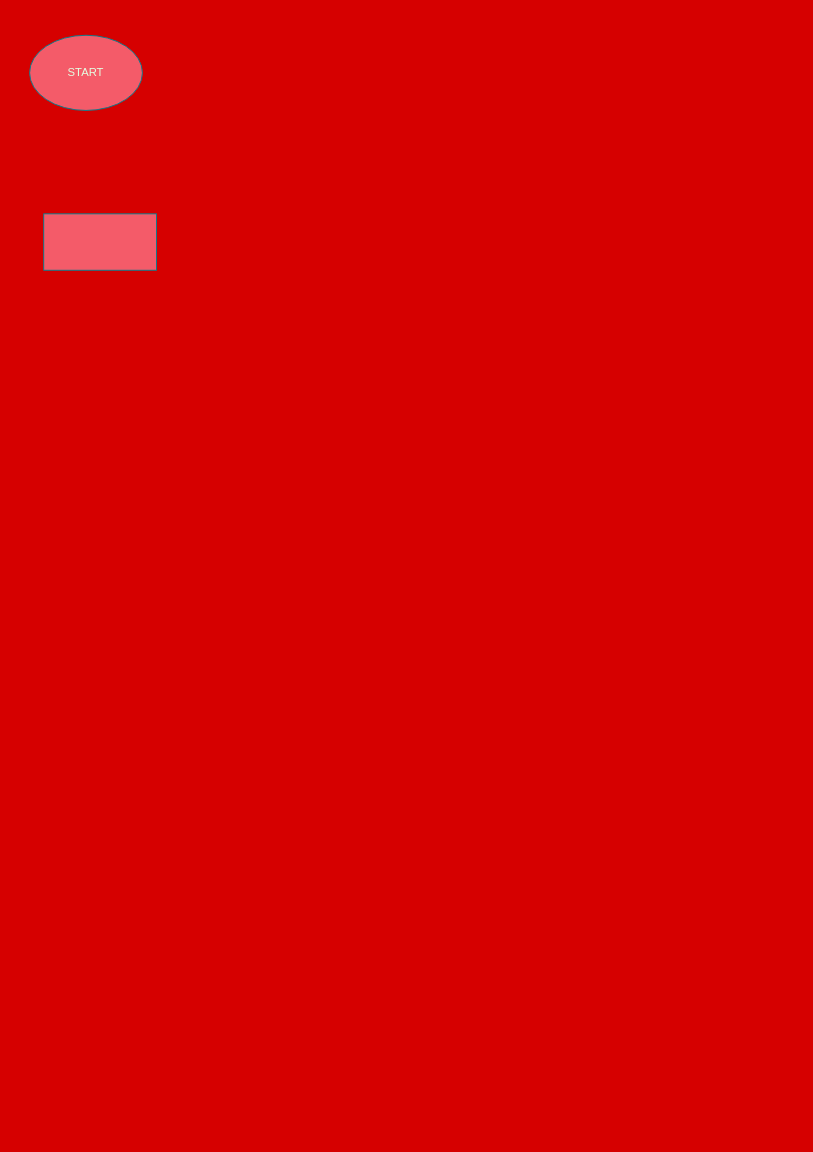
Earlier version of the draw.io diagram UTS DDP.drawio (k149191/DDP). Source tidied: cells renumbered, new cells numbered last; positions are measured from the earlier drawing's top-left corner, leaving out a move shared by most shapes. Both pictures are drawn from the tidied source at 94%, with x=0, y=0 at pixel (29, 35).
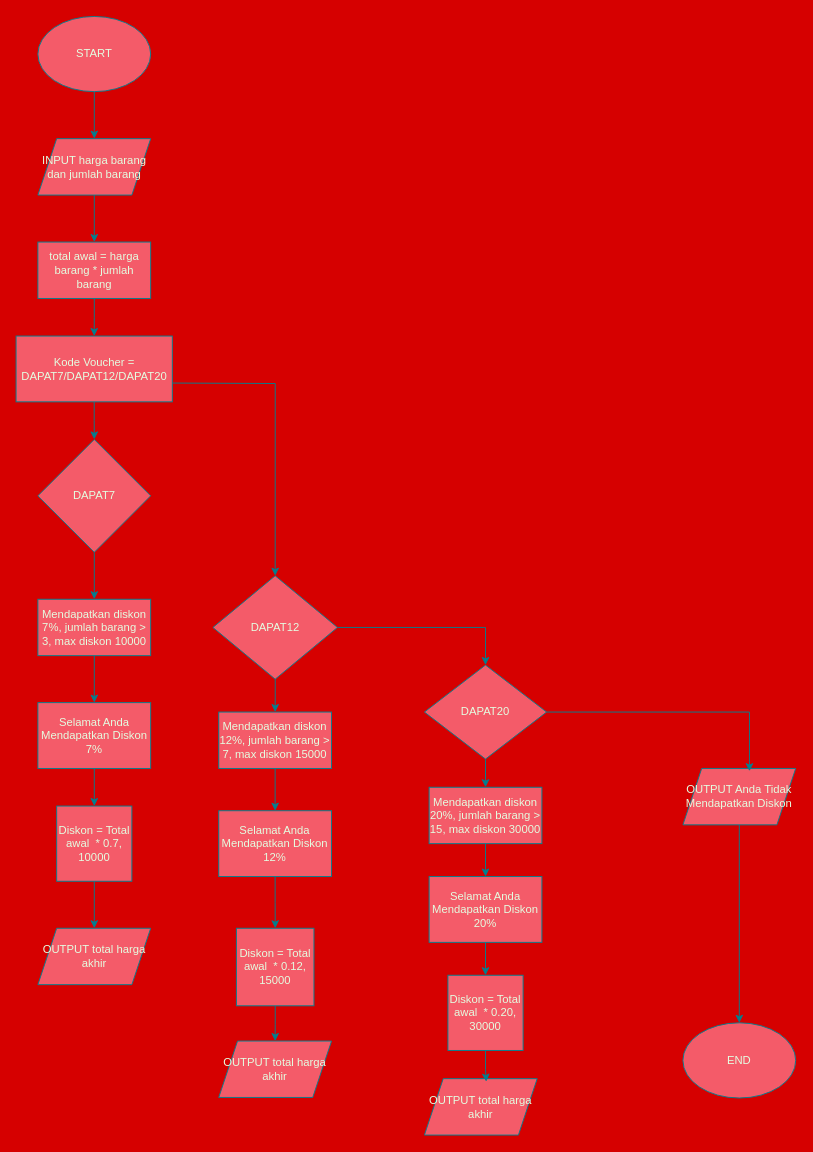
After the change.

Diff of the diagram source:
```diff
@@
+    <mxCell id="4" style="edgeStyle=orthogonalEdgeStyle;rounded=0;jettySize=auto;html=1;entryX=0.5;entryY=0;entryDx=0;entryDy=0;strokeColor=#028090;fontColor=#E4FDE1;fillColor=#F45B69;" parent="1" edge="1" source="2" target="7">
+      <mxGeometry relative="1" as="geometry" />
+    </mxCell>
     <mxCell id="2" value="START" style="ellipse;whiteSpace=wrap;html=1;strokeColor=#028090;fontColor=#E4FDE1;fillColor=#F45B69;" parent="1" vertex="1">
-      <mxGeometry width="120" height="80" as="geometry" />
+      <mxGeometry x="8.8" y="-20" width="120" height="80" as="geometry" />
     </mxCell>
+    <mxCell id="5" style="edgeStyle=orthogonalEdgeStyle;rounded=0;jettySize=auto;html=1;strokeColor=#028090;fontColor=#E4FDE1;fillColor=#F45B69;" parent="1" edge="1" source="3" target="17">
+      <mxGeometry relative="1" as="geometry" />
+    </mxCell>
-    <mxCell id="3" style="rounded=0;whiteSpace=wrap;html=1;strokeColor=#028090;fontColor=#E4FDE1;fillColor=#F45B69;" parent="1" vertex="1">
-      <mxGeometry x="15" y="190" width="120" height="60" as="geometry" />
+    <mxCell id="3" value="total awal = harga barang * jumlah barang" style="rounded=0;whiteSpace=wrap;html=1;strokeColor=#028090;fontColor=#E4FDE1;fillColor=#F45B69;" parent="1" vertex="1">
+      <mxGeometry x="8.8" y="220" width="120" height="60" as="geometry" />
     </mxCell>
+    <mxCell id="6" style="edgeStyle=orthogonalEdgeStyle;rounded=0;jettySize=auto;html=1;entryX=0.5;entryY=0;entryDx=0;entryDy=0;strokeColor=#028090;fontColor=#E4FDE1;fillColor=#F45B69;" parent="1" edge="1" source="7" target="3">
+      <mxGeometry relative="1" as="geometry" />
+    </mxCell>
+    <mxCell id="7" value="INPUT harga barang dan jumlah barang" style="shape=parallelogram;perimeter=parallelogramPerimeter;whiteSpace=wrap;html=1;fixedSize=1;strokeColor=#028090;fontColor=#E4FDE1;fillColor=#F45B69;" parent="1" vertex="1">
+      <mxGeometry x="8.8" y="110" width="120" height="60" as="geometry" />
+    </mxCell>
+    <mxCell id="8" style="edgeStyle=orthogonalEdgeStyle;rounded=0;jettySize=auto;html=1;entryX=0.5;entryY=0;entryDx=0;entryDy=0;strokeColor=#028090;fontColor=#E4FDE1;fillColor=#F45B69;" parent="1" edge="1" source="10" target="23">
+      <mxGeometry relative="1" as="geometry" />
+    </mxCell>
+    <mxCell id="9" style="edgeStyle=orthogonalEdgeStyle;rounded=0;jettySize=auto;html=1;entryX=0.5;entryY=0;entryDx=0;entryDy=0;strokeColor=#028090;fontColor=#E4FDE1;fillColor=#F45B69;" parent="1" edge="1" source="10" target="12">
+      <mxGeometry relative="1" as="geometry" />
+    </mxCell>
+    <mxCell id="10" value="DAPAT12" style="rhombus;whiteSpace=wrap;html=1;strokeColor=#028090;fontColor=#E4FDE1;fillColor=#F45B69;" parent="1" vertex="1">
+      <mxGeometry x="195" y="575" width="132.5" height="110" as="geometry" />
+    </mxCell>
+    <mxCell id="11" style="edgeStyle=orthogonalEdgeStyle;rounded=0;jettySize=auto;html=1;strokeColor=#028090;fontColor=#E4FDE1;fillColor=#F45B69;" parent="1" edge="1" source="12" target="25">
+      <mxGeometry relative="1" as="geometry" />
+    </mxCell>
+    <mxCell id="12" value="DAPAT20" style="rhombus;whiteSpace=wrap;html=1;strokeColor=#028090;fontColor=#E4FDE1;fillColor=#F45B69;" parent="1" vertex="1">
+      <mxGeometry x="420" y="670" width="130" height="100" as="geometry" />
+    </mxCell>
+    <mxCell id="13" style="edgeStyle=orthogonalEdgeStyle;rounded=0;jettySize=auto;html=1;entryX=0.5;entryY=0;entryDx=0;entryDy=0;strokeColor=#028090;fontColor=#E4FDE1;fillColor=#F45B69;" parent="1" edge="1" target="10">
+      <mxGeometry relative="1" as="geometry">
+        <mxPoint x="151.9" y="370" as="sourcePoint" />
+      </mxGeometry>
+    </mxCell>
+    <mxCell id="14" style="edgeStyle=orthogonalEdgeStyle;rounded=0;jettySize=auto;html=1;entryX=0.5;entryY=0;entryDx=0;entryDy=0;strokeColor=#028090;fontColor=#E4FDE1;fillColor=#F45B69;" parent="1" edge="1" source="15" target="19">
+      <mxGeometry relative="1" as="geometry" />
+    </mxCell>
+    <mxCell id="15" value="DAPAT7" style="rhombus;whiteSpace=wrap;html=1;strokeColor=#028090;fontColor=#E4FDE1;fillColor=#F45B69;" parent="1" vertex="1">
+      <mxGeometry x="8.8" y="430" width="120" height="120" as="geometry" />
+    </mxCell>
+    <mxCell id="16" style="edgeStyle=orthogonalEdgeStyle;rounded=0;jettySize=auto;html=1;entryX=0.5;entryY=0;entryDx=0;entryDy=0;strokeColor=#028090;fontColor=#E4FDE1;fillColor=#F45B69;" parent="1" edge="1" source="17" target="15">
+      <mxGeometry relative="1" as="geometry" />
+    </mxCell>
+    <mxCell id="17" value="Kode Voucher = DAPAT7/DAPAT12/DAPAT20" style="rounded=0;whiteSpace=wrap;html=1;strokeColor=#028090;fontColor=#E4FDE1;fillColor=#F45B69;" parent="1" vertex="1">
+      <mxGeometry x="-14.4" y="320" width="166.2" height="70" as="geometry" />
+    </mxCell>
+    <mxCell id="18" style="edgeStyle=orthogonalEdgeStyle;rounded=0;jettySize=auto;html=1;entryX=0.5;entryY=0;entryDx=0;entryDy=0;strokeColor=#028090;fontColor=#E4FDE1;fillColor=#F45B69;" parent="1" edge="1" source="19" target="21">
+      <mxGeometry relative="1" as="geometry" />
+    </mxCell>
+    <mxCell id="19" value="Mendapatkan diskon 7%, jumlah barang &amp;gt; 3, max diskon 10000" style="whiteSpace=wrap;html=1;strokeColor=#028090;fontColor=#E4FDE1;fillColor=#F45B69;" parent="1" vertex="1">
+      <mxGeometry x="8.8" y="600" width="120" height="60" as="geometry" />
+    </mxCell>
+    <mxCell id="20" style="edgeStyle=orthogonalEdgeStyle;rounded=0;jettySize=auto;html=1;entryX=0.5;entryY=0;entryDx=0;entryDy=0;strokeColor=#028090;fontColor=#E4FDE1;fillColor=#F45B69;" parent="1" edge="1" source="21" target="34">
+      <mxGeometry relative="1" as="geometry" />
+    </mxCell>
+    <mxCell id="21" value="Selamat Anda Mendapatkan Diskon 7%" style="whiteSpace=wrap;html=1;strokeColor=#028090;fontColor=#E4FDE1;fillColor=#F45B69;" parent="1" vertex="1">
+      <mxGeometry x="8.8" y="710" width="120" height="70" as="geometry" />
+    </mxCell>
+    <mxCell id="22" style="edgeStyle=orthogonalEdgeStyle;rounded=0;jettySize=auto;html=1;entryX=0.5;entryY=0;entryDx=0;entryDy=0;strokeColor=#028090;fontColor=#E4FDE1;fillColor=#F45B69;" parent="1" edge="1" source="23" target="27">
+      <mxGeometry relative="1" as="geometry" />
+    </mxCell>
+    <mxCell id="23" value="Mendapatkan diskon 12%, jumlah barang &amp;gt; 7, max diskon 15000" style="whiteSpace=wrap;html=1;strokeColor=#028090;fontColor=#E4FDE1;fillColor=#F45B69;" parent="1" vertex="1">
+      <mxGeometry x="201.2" y="720" width="120" height="60" as="geometry" />
+    </mxCell>
+    <mxCell id="24" style="edgeStyle=orthogonalEdgeStyle;rounded=0;jettySize=auto;html=1;entryX=0.5;entryY=0;entryDx=0;entryDy=0;strokeColor=#028090;fontColor=#E4FDE1;fillColor=#F45B69;" parent="1" edge="1" source="25" target="29">
+      <mxGeometry relative="1" as="geometry" />
+    </mxCell>
+    <mxCell id="25" value="Mendapatkan diskon 20%, jumlah barang &amp;gt; 15, max diskon 30000" style="whiteSpace=wrap;html=1;strokeColor=#028090;fontColor=#E4FDE1;fillColor=#F45B69;" parent="1" vertex="1">
+      <mxGeometry x="425" y="800" width="120" height="60" as="geometry" />
+    </mxCell>
+    <mxCell id="26" style="edgeStyle=orthogonalEdgeStyle;rounded=0;jettySize=auto;html=1;strokeColor=#028090;fontColor=#E4FDE1;fillColor=#F45B69;" parent="1" edge="1" source="27" target="37">
+      <mxGeometry relative="1" as="geometry" />
+    </mxCell>
+    <mxCell id="27" value="Selamat Anda Mendapatkan Diskon 12%" style="whiteSpace=wrap;html=1;strokeColor=#028090;fontColor=#E4FDE1;fillColor=#F45B69;" parent="1" vertex="1">
+      <mxGeometry x="201.2" y="825" width="120" height="70" as="geometry" />
+    </mxCell>
+    <mxCell id="28" style="edgeStyle=orthogonalEdgeStyle;rounded=0;jettySize=auto;html=1;entryX=0.5;entryY=0;entryDx=0;entryDy=0;strokeColor=#028090;fontColor=#E4FDE1;fillColor=#F45B69;" parent="1" edge="1" source="29" target="35">
+      <mxGeometry relative="1" as="geometry" />
+    </mxCell>
+    <mxCell id="29" value="Selamat Anda Mendapatkan Diskon 20%" style="whiteSpace=wrap;html=1;strokeColor=#028090;fontColor=#E4FDE1;fillColor=#F45B69;" parent="1" vertex="1">
+      <mxGeometry x="425" y="895" width="120" height="70" as="geometry" />
+    </mxCell>
+    <mxCell id="30" value="OUTPUT total harga akhir" style="shape=parallelogram;perimeter=parallelogramPerimeter;whiteSpace=wrap;html=1;fixedSize=1;strokeColor=#028090;fontColor=#E4FDE1;fillColor=#F45B69;" parent="1" vertex="1">
+      <mxGeometry x="8.8" y="950" width="120" height="60" as="geometry" />
+    </mxCell>
+    <mxCell id="31" value="OUTPUT total harga akhir" style="shape=parallelogram;perimeter=parallelogramPerimeter;whiteSpace=wrap;html=1;fixedSize=1;strokeColor=#028090;fontColor=#E4FDE1;fillColor=#F45B69;" parent="1" vertex="1">
+      <mxGeometry x="420" y="1110" width="120" height="60" as="geometry" />
+    </mxCell>
+    <mxCell id="32" value="OUTPUT total harga akhir" style="shape=parallelogram;perimeter=parallelogramPerimeter;whiteSpace=wrap;html=1;fixedSize=1;strokeColor=#028090;fontColor=#E4FDE1;fillColor=#F45B69;" parent="1" vertex="1">
+      <mxGeometry x="201.2" y="1070" width="120" height="60" as="geometry" />
+    </mxCell>
+    <mxCell id="33" style="edgeStyle=orthogonalEdgeStyle;rounded=0;jettySize=auto;html=1;entryX=0.5;entryY=0;entryDx=0;entryDy=0;strokeColor=#028090;fontColor=#E4FDE1;fillColor=#F45B69;" parent="1" edge="1" source="34" target="30">
+      <mxGeometry relative="1" as="geometry" />
+    </mxCell>
+    <mxCell id="34" value="Diskon = Total awal&amp;nbsp; * 0.7, 10000" style="whiteSpace=wrap;html=1;strokeColor=#028090;fontColor=#E4FDE1;fillColor=#F45B69;" parent="1" vertex="1">
+      <mxGeometry x="28.8" y="820" width="80" height="80" as="geometry" />
+    </mxCell>
+    <mxCell id="35" value="Diskon = Total awal&amp;nbsp; * 0.20, 30000" style="whiteSpace=wrap;html=1;strokeColor=#028090;fontColor=#E4FDE1;fillColor=#F45B69;" parent="1" vertex="1">
+      <mxGeometry x="445" y="1000" width="80" height="80" as="geometry" />
+    </mxCell>
+    <mxCell id="36" style="edgeStyle=orthogonalEdgeStyle;rounded=0;jettySize=auto;html=1;strokeColor=#028090;fontColor=#E4FDE1;fillColor=#F45B69;" parent="1" edge="1" source="37" target="32">
+      <mxGeometry relative="1" as="geometry" />
+    </mxCell>
+    <mxCell id="37" value="Diskon = Total awal&amp;nbsp; * 0.12, 15000" style="whiteSpace=wrap;html=1;strokeColor=#028090;fontColor=#E4FDE1;fillColor=#F45B69;" parent="1" vertex="1">
+      <mxGeometry x="220" y="950" width="82.5" height="82.5" as="geometry" />
+    </mxCell>
+    <mxCell id="38" style="edgeStyle=orthogonalEdgeStyle;rounded=0;jettySize=auto;html=1;strokeColor=#028090;fontColor=#E4FDE1;fillColor=#F45B69;" parent="1" edge="1" source="39" target="42">
+      <mxGeometry relative="1" as="geometry" />
+    </mxCell>
+    <mxCell id="39" value="OUTPUT Anda Tidak Mendapatkan Diskon" style="shape=parallelogram;perimeter=parallelogramPerimeter;whiteSpace=wrap;html=1;fixedSize=1;strokeColor=#028090;fontColor=#E4FDE1;fillColor=#F45B69;" parent="1" vertex="1">
+      <mxGeometry x="695" y="780" width="120" height="60" as="geometry" />
+    </mxCell>
+    <mxCell id="40" style="edgeStyle=orthogonalEdgeStyle;rounded=0;jettySize=auto;html=1;entryX=0.548;entryY=0.054;entryDx=0;entryDy=0;entryPerimeter=0;strokeColor=#028090;fontColor=#E4FDE1;fillColor=#F45B69;" parent="1" edge="1" source="35" target="31">
+      <mxGeometry relative="1" as="geometry" />
+    </mxCell>
+    <mxCell id="41" style="edgeStyle=orthogonalEdgeStyle;rounded=0;jettySize=auto;html=1;entryX=0.59;entryY=0.049;entryDx=0;entryDy=0;entryPerimeter=0;strokeColor=#028090;fontColor=#E4FDE1;fillColor=#F45B69;" parent="1" edge="1" source="12" target="39">
+      <mxGeometry relative="1" as="geometry" />
+    </mxCell>
+    <mxCell id="42" value="END" style="ellipse;whiteSpace=wrap;html=1;strokeColor=#028090;fontColor=#E4FDE1;fillColor=#F45B69;" parent="1" vertex="1">
+      <mxGeometry x="695" y="1050.6" width="120" height="80" as="geometry" />
+    </mxCell>
```
